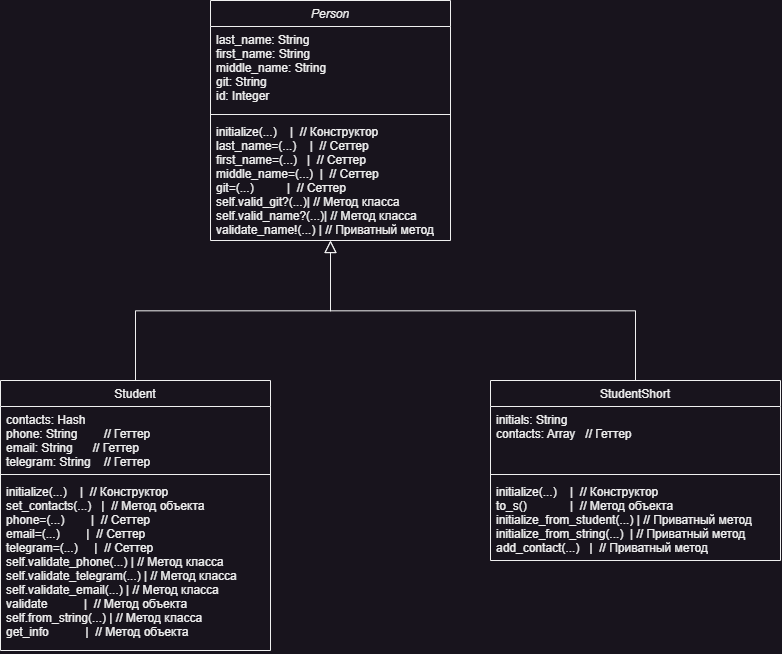
Earlier version of the draw.io export Student_Records/Class.drawio.png (Stamodey/Patterns-Projection). Source tidied: cells renumbered, new cells last; positions are measured from the earlier drawing's top-left corner, leaving out a move shared by most shapes. The source it was exported from:
```xml
<mxGraphModel>
  <root>
    <mxCell id="0" />
    <mxCell id="1" parent="0" />
    <mxCell id="2" value="Person" style="swimlane;fontStyle=2;align=center;verticalAlign=top;horizontal=1;startSize=26;rounded=0;shadow=0;strokeWidth=1;" parent="1" vertex="1">
      <mxGeometry x="210" width="240" height="240" as="geometry" />
    </mxCell>
    <mxCell id="3" value="last_name: String  &#10;first_name: String &#10;middle_name: String&#10;git: String        &#10;id: Integer  " style="text;align=left;verticalAlign=top;spacingLeft=4;spacingRight=4;overflow=hidden;" parent="2" vertex="1">
      <mxGeometry y="26" width="240" height="84" as="geometry" />
    </mxCell>
    <mxCell id="4" style="line;html=1;strokeWidth=1;align=left;verticalAlign=middle;spacingTop=-1;spacingLeft=3;spacingRight=3;labelPosition=right;" parent="2" vertex="1">
      <mxGeometry y="110" width="240" height="8" as="geometry" />
    </mxCell>
    <mxCell id="5" value="initialize(...)    |  // Конструктор&#10;last_name=(...)    |  // Сеттер&#10;first_name=(...)   |  // Сеттер&#10;middle_name=(...)  |  // Сеттер&#10;git=(...)          |  // Сеттер&#10;self.valid_git?(...)| // Метод класса&#10;self.valid_name?(...)| // Метод класса&#10;validate_name!(...) | // Приватный метод" style="text;align=left;verticalAlign=top;spacingLeft=4;spacingRight=4;overflow=hidden;fontStyle=0;" parent="2" vertex="1">
      <mxGeometry y="118" width="240" height="122" as="geometry" />
    </mxCell>
    <mxCell id="6" value="Student" style="swimlane;fontStyle=0;align=center;verticalAlign=top;horizontal=1;startSize=26;rounded=0;shadow=0;strokeWidth=1;" parent="1" vertex="1">
      <mxGeometry y="380" width="270" height="270" as="geometry" />
    </mxCell>
    <mxCell id="7" value="contacts: Hash     &#10;phone: String        // Геттер&#10;email: String      // Геттер&#10;telegram: String    // Геттер" style="text;align=left;verticalAlign=top;spacingLeft=4;spacingRight=4;overflow=hidden;" parent="6" vertex="1">
      <mxGeometry y="26" width="270" height="64" as="geometry" />
    </mxCell>
    <mxCell id="8" style="line;html=1;strokeWidth=1;align=left;verticalAlign=middle;spacingTop=-1;spacingLeft=3;spacingRight=3;labelPosition=right;" parent="6" vertex="1">
      <mxGeometry y="90" width="270" height="8" as="geometry" />
    </mxCell>
    <mxCell id="9" value="initialize(...)    |  // Конструктор&#10;set_contacts(...)   |  // Метод объекта&#10;phone=(...)        |  // Сеттер&#10;email=(...)        |  // Сеттер&#10;telegram=(...)     |  // Сеттер&#10;self.validate_phone(...) | // Метод класса&#10;self.validate_telegram(...) | // Метод класса&#10;self.validate_email(...) | // Метод класса&#10;validate           |  // Метод объекта&#10;self.from_string(...) | // Метод класса&#10;get_info           |  // Метод объекта" style="text;align=left;verticalAlign=top;spacingLeft=4;spacingRight=4;overflow=hidden;fontStyle=0;" parent="6" vertex="1">
      <mxGeometry y="98" width="270" height="172" as="geometry" />
    </mxCell>
    <mxCell id="10" style="endArrow=block;endSize=10;endFill=0;shadow=0;strokeWidth=1;rounded=0;curved=0;edgeStyle=elbowEdgeStyle;elbow=vertical;" parent="1" edge="1" source="6" target="2">
      <mxGeometry relative="1" as="geometry" />
    </mxCell>
    <mxCell id="11" style="endArrow=block;endSize=10;endFill=0;shadow=0;strokeWidth=1;rounded=0;curved=0;edgeStyle=elbowEdgeStyle;elbow=vertical;exitX=0.5;exitY=0;exitDx=0;exitDy=0;" parent="1" edge="1" source="12" target="2">
      <mxGeometry relative="1" as="geometry" />
    </mxCell>
    <mxCell id="12" value="StudentShort" style="swimlane;fontStyle=0;align=center;verticalAlign=top;horizontal=1;startSize=26;rounded=0;shadow=0;strokeWidth=1;" parent="1" vertex="1">
      <mxGeometry x="490" y="380" width="290" height="180" as="geometry" />
    </mxCell>
    <mxCell id="13" value="initials: String   &#10;contacts: Array   // Геттер" style="text;align=left;verticalAlign=top;spacingLeft=4;spacingRight=4;overflow=hidden;" parent="12" vertex="1">
      <mxGeometry y="26" width="290" height="64" as="geometry" />
    </mxCell>
    <mxCell id="14" style="line;html=1;strokeWidth=1;align=left;verticalAlign=middle;spacingTop=-1;spacingLeft=3;spacingRight=3;labelPosition=right;" parent="12" vertex="1">
      <mxGeometry y="90" width="290" height="8" as="geometry" />
    </mxCell>
    <mxCell id="15" value="initialize(...)    |  // Конструктор&#10;to_s()             |  // Метод объекта&#10;initialize_from_student(...) | // Приватный метод&#10;initialize_from_string(...)  | // Приватный метод&#10;add_contact(...)   |  // Приватный метод" style="text;align=left;verticalAlign=top;spacingLeft=4;spacingRight=4;overflow=hidden;fontStyle=0;" parent="12" vertex="1">
      <mxGeometry y="98" width="290" height="82" as="geometry" />
    </mxCell>
  </root>
</mxGraphModel>
```
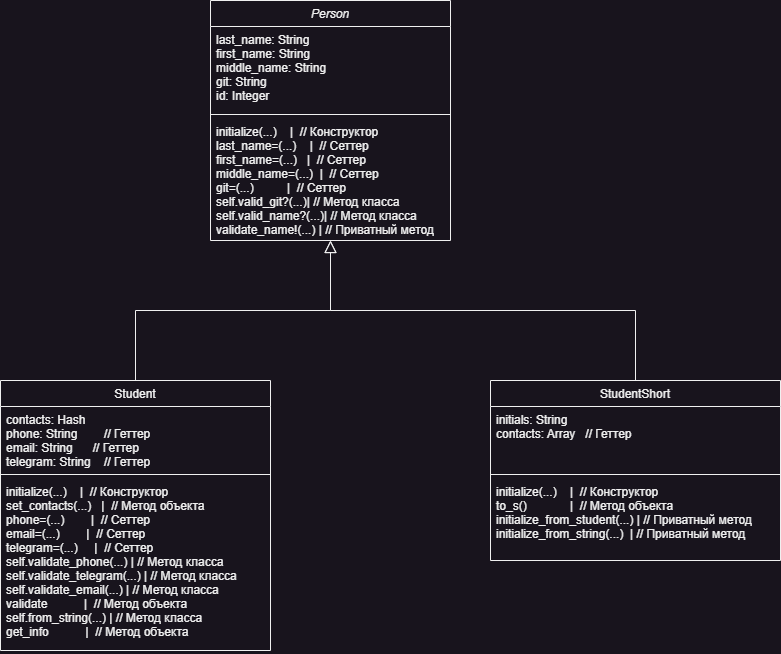
Later version of the same file.

Commit message:
lab_2_class_diagram

The edit, as a diff of the source:
```diff
@@ -41,7 +41,7 @@
     <mxCell id="14" style="line;html=1;strokeWidth=1;align=left;verticalAlign=middle;spacingTop=-1;spacingLeft=3;spacingRight=3;labelPosition=right;" parent="12" vertex="1">
       <mxGeometry y="90" width="290" height="8" as="geometry" />
     </mxCell>
-    <mxCell id="15" value="initialize(...)    |  // Конструктор&#10;to_s()             |  // Метод объекта&#10;initialize_from_student(...) | // Приватный метод&#10;initialize_from_string(...)  | // Приватный метод&#10;add_contact(...)   |  // Приватный метод" style="text;align=left;verticalAlign=top;spacingLeft=4;spacingRight=4;overflow=hidden;fontStyle=0;" parent="12" vertex="1">
+    <mxCell id="15" value="initialize(...)    |  // Конструктор&#10;to_s()             |  // Метод объекта&#10;initialize_from_student(...) | // Приватный метод&#10;initialize_from_string(...)  | // Приватный метод&#10;" style="text;align=left;verticalAlign=top;spacingLeft=4;spacingRight=4;overflow=hidden;fontStyle=0;" parent="12" vertex="1">
       <mxGeometry y="98" width="290" height="82" as="geometry" />
     </mxCell>
   </root>
```
